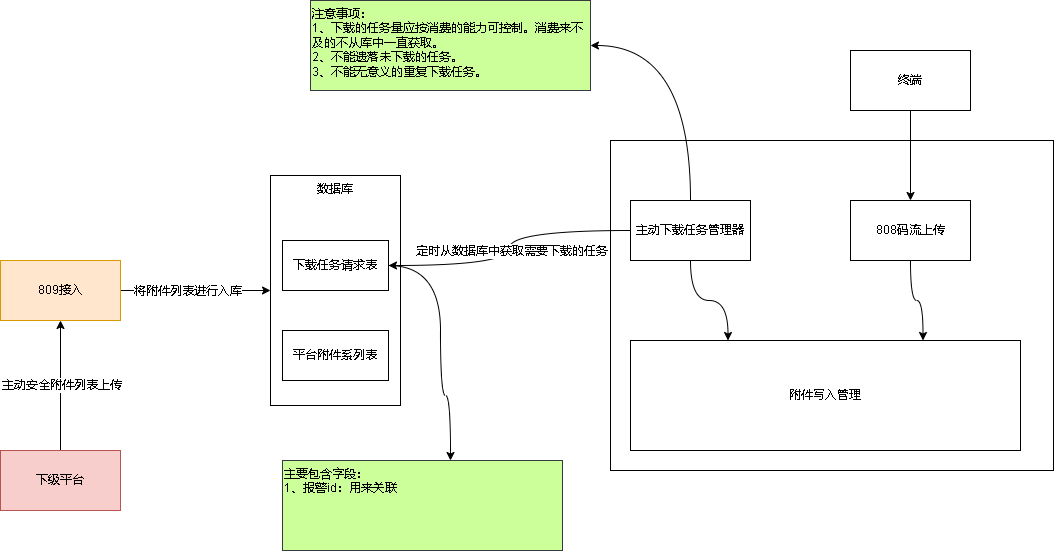
Before: 809上传附件列表支持下载.drawio.png, a diagram exported from draw.io (xktder/draw). Source tidied: cells renumbered, new cells last; positions are measured from the earlier drawing's top-left corner, leaving out a move shared by most shapes.
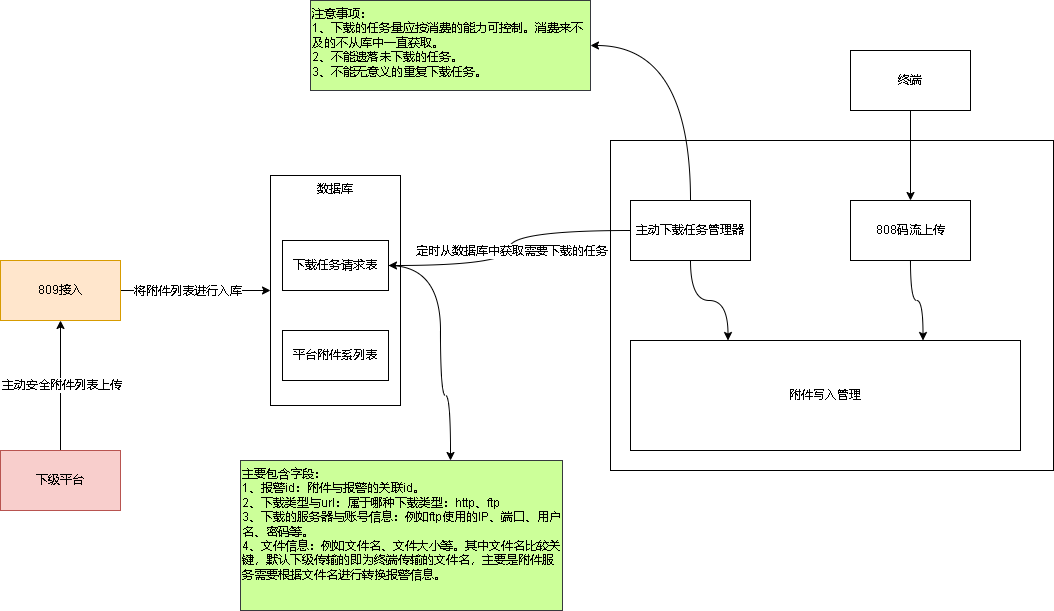
After the commit.

Commit message:
更新809上传附件列表支持下载.drawio.png

Diff of the diagram source:
```diff
@@ -80,8 +80,8 @@
     <mxCell id="23" value="注意事项：&lt;br&gt;1、下载的任务量应按消费的能力可控制。消费来不及的不从库中一直获取。&lt;br&gt;2、不能遗落未下载的任务。&lt;br&gt;3、不能无意义的重复下载任务。" style="rounded=0;whiteSpace=wrap;html=1;fillColor=#CCFF99;strokeColor=#36393d;verticalAlign=top;align=left;" parent="1" vertex="1">
       <mxGeometry x="310" width="280" height="90" as="geometry" />
     </mxCell>
-    <mxCell id="24" value="主要包含字段：&lt;br&gt;1、报警id：用来关联" style="rounded=0;whiteSpace=wrap;html=1;fillColor=#CCFF99;strokeColor=#36393d;verticalAlign=top;align=left;" parent="1" vertex="1">
-      <mxGeometry x="282" y="460" width="280" height="90" as="geometry" />
+    <mxCell id="24" value="主要包含字段：&lt;br&gt;1、报警id：附件与报警的关联id。&lt;br&gt;2、下载类型与url：属于哪种下载类型：http、ftp&lt;br&gt;3、下载的服务器与账号信息：例如ftp使用的IP、端口、用户名、密码等。&lt;br&gt;4、文件信息：例如文件名、文件大小等。其中文件名比较关键，默认下级传输的即为终端传输的文件名，主要是附件服务需要根据文件名进行转换报警信息。" style="rounded=0;whiteSpace=wrap;html=1;fillColor=#CCFF99;strokeColor=#36393d;verticalAlign=top;align=left;" parent="1" vertex="1">
+      <mxGeometry x="240" y="460" width="322" height="150" as="geometry" />
     </mxCell>
   </root>
 </mxGraphModel>
```
